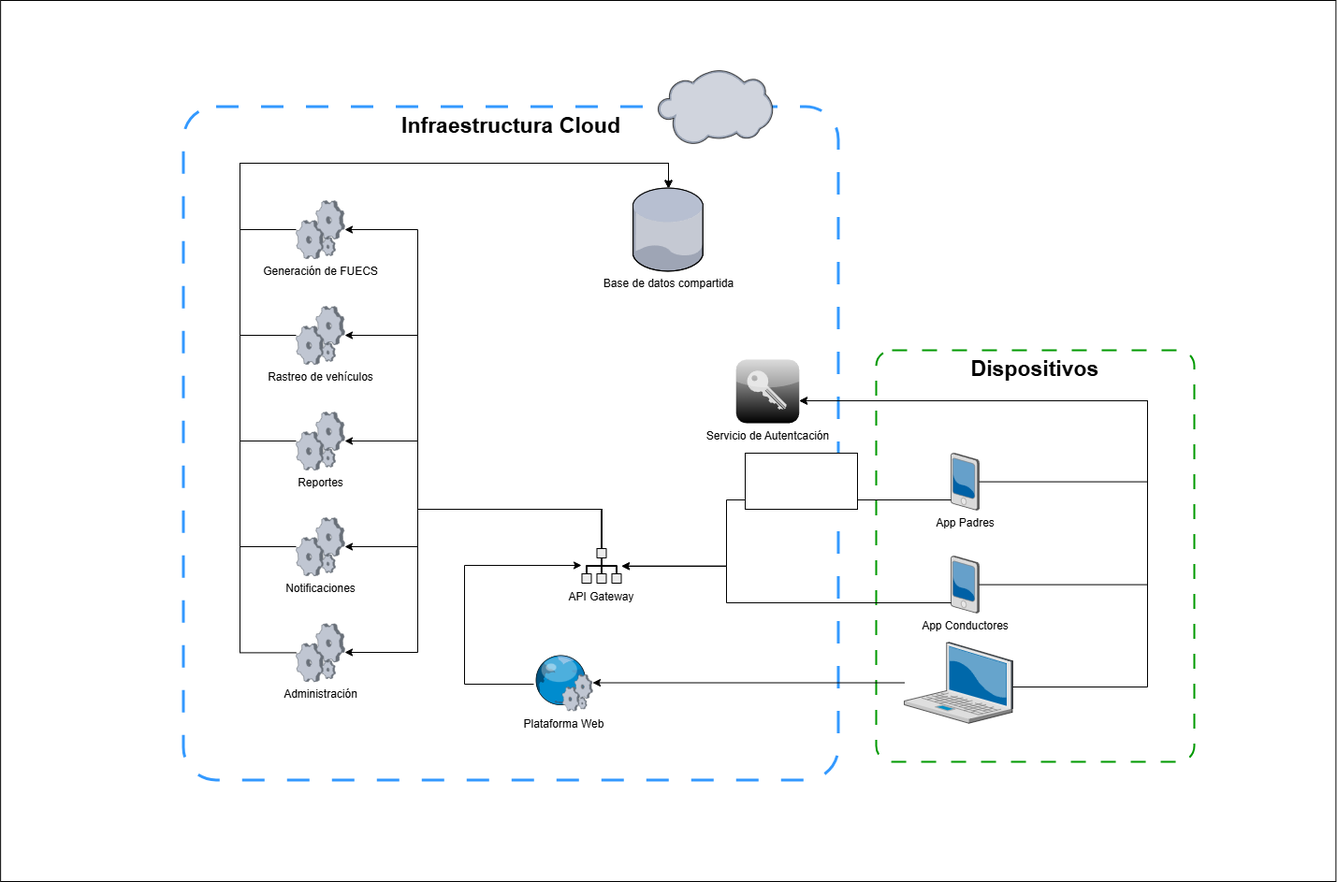
Above: AREM-Taller_4_Infraestructura/entrega/diagrama-bo-tech.drawio.png in pipe1408/AREM-G1-entregas-cliente (draw.io), before the change. Source tidied: cells renumbered, new cells last; positions are measured from the earlier drawing's top-left corner, leaving out a move shared by most shapes.
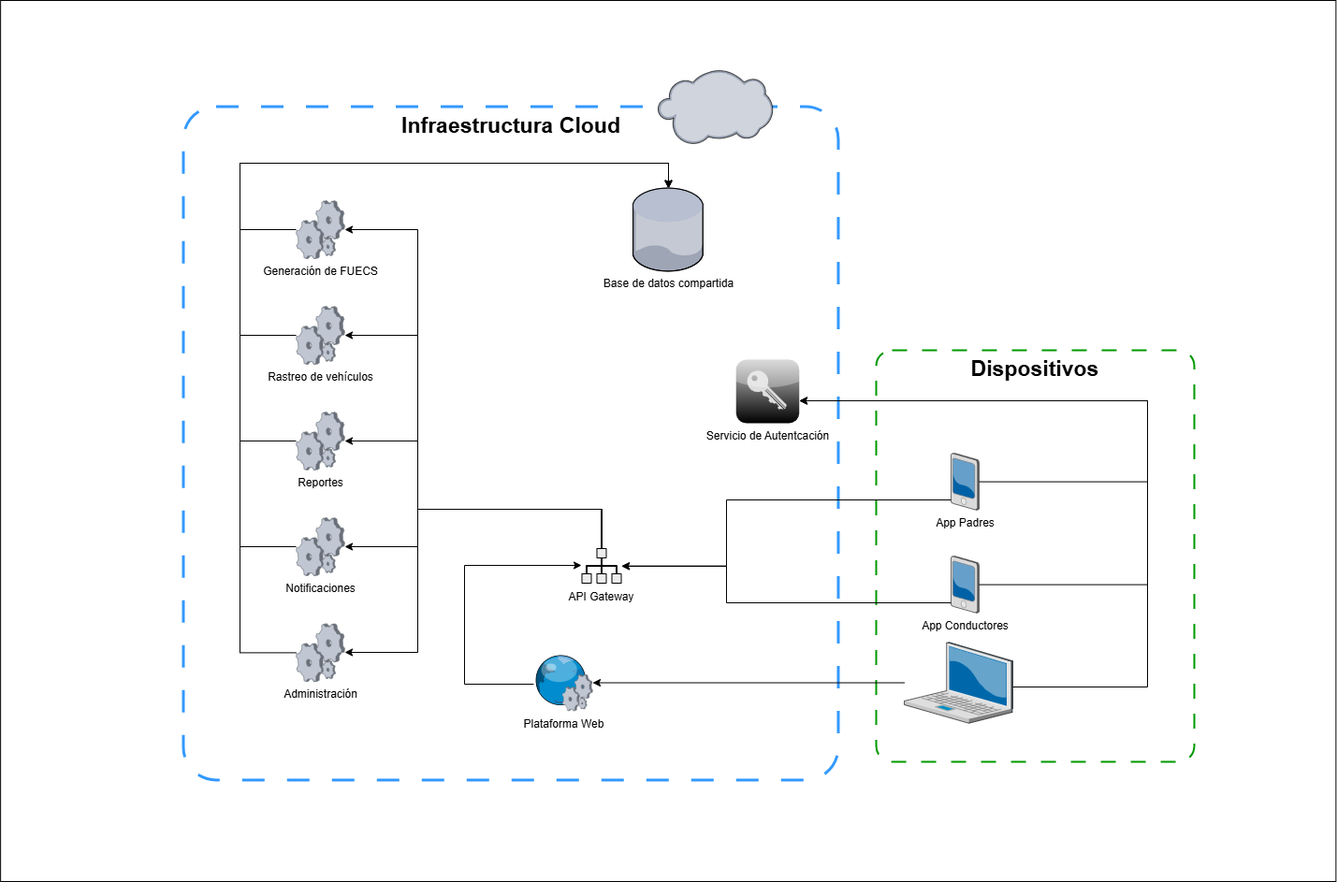
After the commit.

Change to the diagram source:
```diff
@@ -194,8 +194,5 @@
     <mxCell id="35" value="Base de datos compartida" style="verticalLabelPosition=bottom;sketch=0;html=1;verticalAlign=top;strokeColor=none;align=center;outlineConnect=0;shape=mxgraph.citrix.database;" parent="1" vertex="1">
       <mxGeometry x="676" y="200.6" width="75.5" height="88.8" as="geometry" />
     </mxCell>
-    <mxCell id="36" style="rounded=0;whiteSpace=wrap;html=1;" parent="1" vertex="1">
-      <mxGeometry x="796" y="484" width="120" height="60" as="geometry" />
-    </mxCell>
   </root>
 </mxGraphModel>
```
